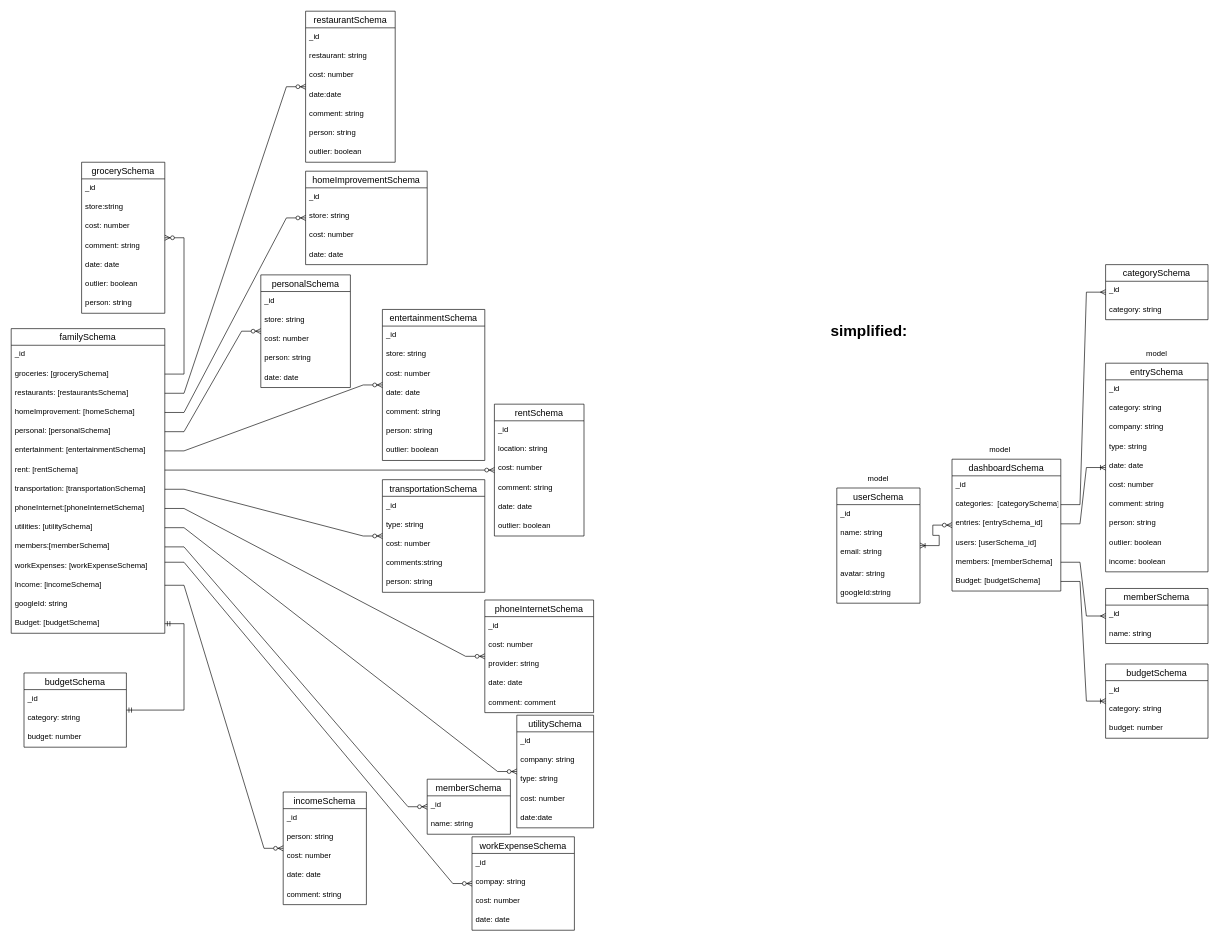
vanessaycui/budget-app keeps this draw.io diagram as personalfinance.drawio. Above is the earlier version. Source tidied: cells renumbered, new cells numbered last; positions are measured from the earlier drawing's top-left corner, leaving out a move shared by most shapes. Both pictures are drawn from the tidied source at 64%, with x=0, y=0 at pixel (11, 11).
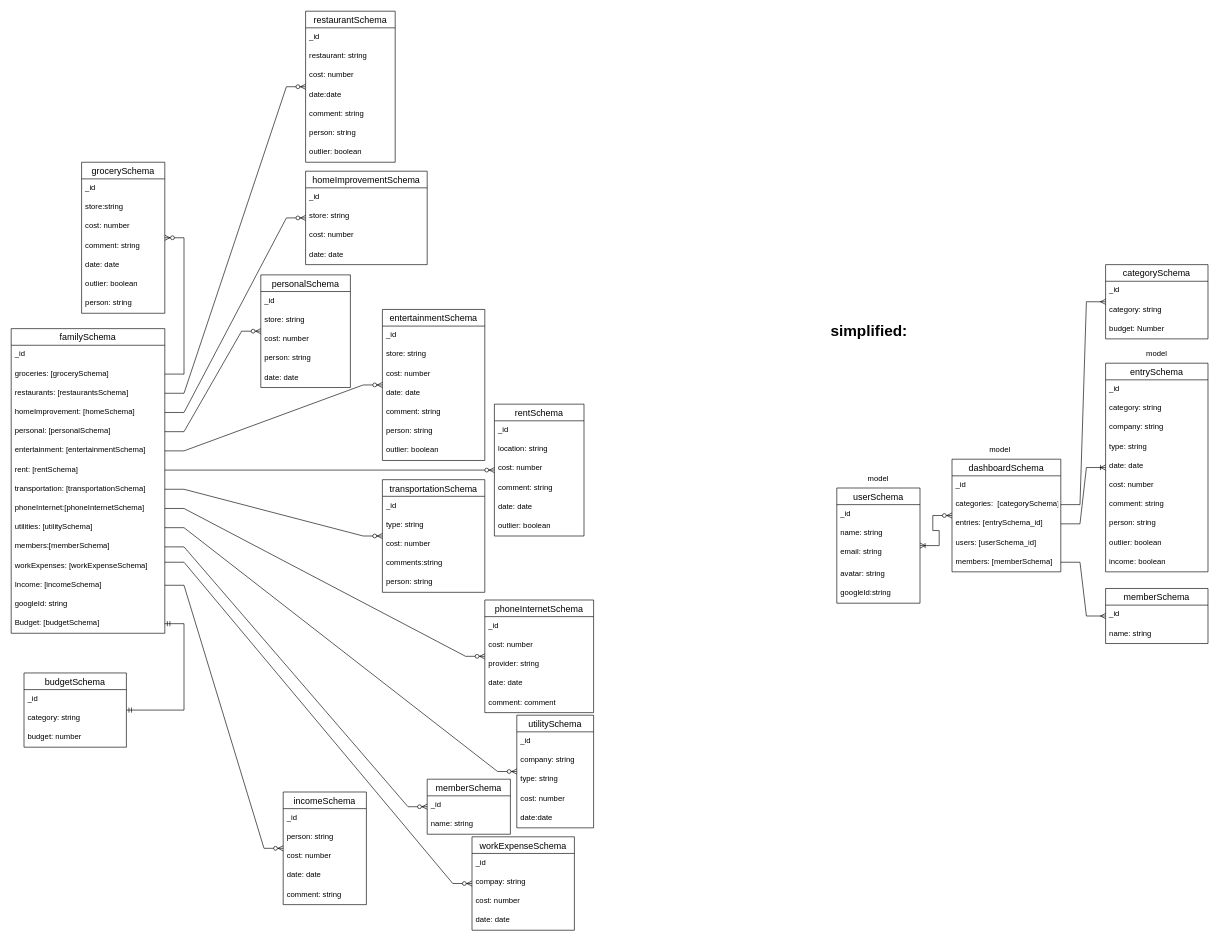
Above is the later version.

Diff of the diagram source:
```diff
@@
     <mxCell id="120" value="dashboardSchema" style="swimlane;fontStyle=0;horizontal=1;startSize=26;align=center;fontSize=14;" parent="1" vertex="1">
-      <mxGeometry x="1470" y="700" width="170" height="206" as="geometry" />
+      <mxGeometry x="1470" y="700" width="170" height="176" as="geometry" />
     </mxCell>
@@
-    <mxCell id="126" value="Budget: [budgetSchema]" style="text;strokeColor=none;fillColor=none;spacingLeft=4;spacingRight=4;overflow=hidden;points=[[0,0.5],[1,0.5]];portConstraint=eastwest;fontSize=12;" parent="120" vertex="1">
-      <mxGeometry y="176" width="170" height="30" as="geometry" />
-    </mxCell>
-    <mxCell id="127" value="budgetSchema" style="swimlane;fontStyle=0;horizontal=1;startSize=26;align=center;fontSize=14;" parent="1" vertex="1">
-      <mxGeometry x="1710" y="1020" width="160" height="116" as="geometry" />
-    </mxCell>
-    <mxCell id="128" value="_id" style="text;strokeColor=none;fillColor=none;spacingLeft=4;spacingRight=4;overflow=hidden;fontSize=12;" parent="127" vertex="1">
-      <mxGeometry y="26" width="160" height="30" as="geometry" />
-    </mxCell>
-    <mxCell id="129" value="category: string" style="text;strokeColor=none;fillColor=none;spacingLeft=4;spacingRight=4;overflow=hidden;fontSize=12;" parent="127" vertex="1">
-      <mxGeometry y="56" width="160" height="30" as="geometry" />
-    </mxCell>
-    <mxCell id="130" value="budget: number" style="text;strokeColor=none;fillColor=none;spacingLeft=4;spacingRight=4;overflow=hidden;fontSize=12;" parent="127" vertex="1">
-      <mxGeometry y="86" width="160" height="30" as="geometry" />
-    </mxCell>
@@
-    <mxCell id="132" style="edgeStyle=entityRelationEdgeStyle;fontSize=12;html=1;endArrow=ERoneToMany;rounded=0;exitX=1;exitY=0.5;exitDx=0;exitDy=0;" parent="1" edge="1" source="126" target="127">
-      <mxGeometry relative="1" as="geometry" />
-    </mxCell>
@@
     <mxCell id="148" value="categorySchema" style="swimlane;fontStyle=0;horizontal=1;startSize=26;align=center;fontSize=14;" parent="1" vertex="1">
-      <mxGeometry x="1710" y="396" width="160" height="86" as="geometry" />
+      <mxGeometry x="1710" y="396" width="160" height="116" as="geometry" />
     </mxCell>
@@
+    <mxCell id="152" value="budget: Number" style="text;strokeColor=none;fillColor=none;spacingLeft=4;spacingRight=4;overflow=hidden;fontSize=12;" parent="148" vertex="1">
+      <mxGeometry y="86" width="160" height="30" as="geometry" />
+    </mxCell>
```
